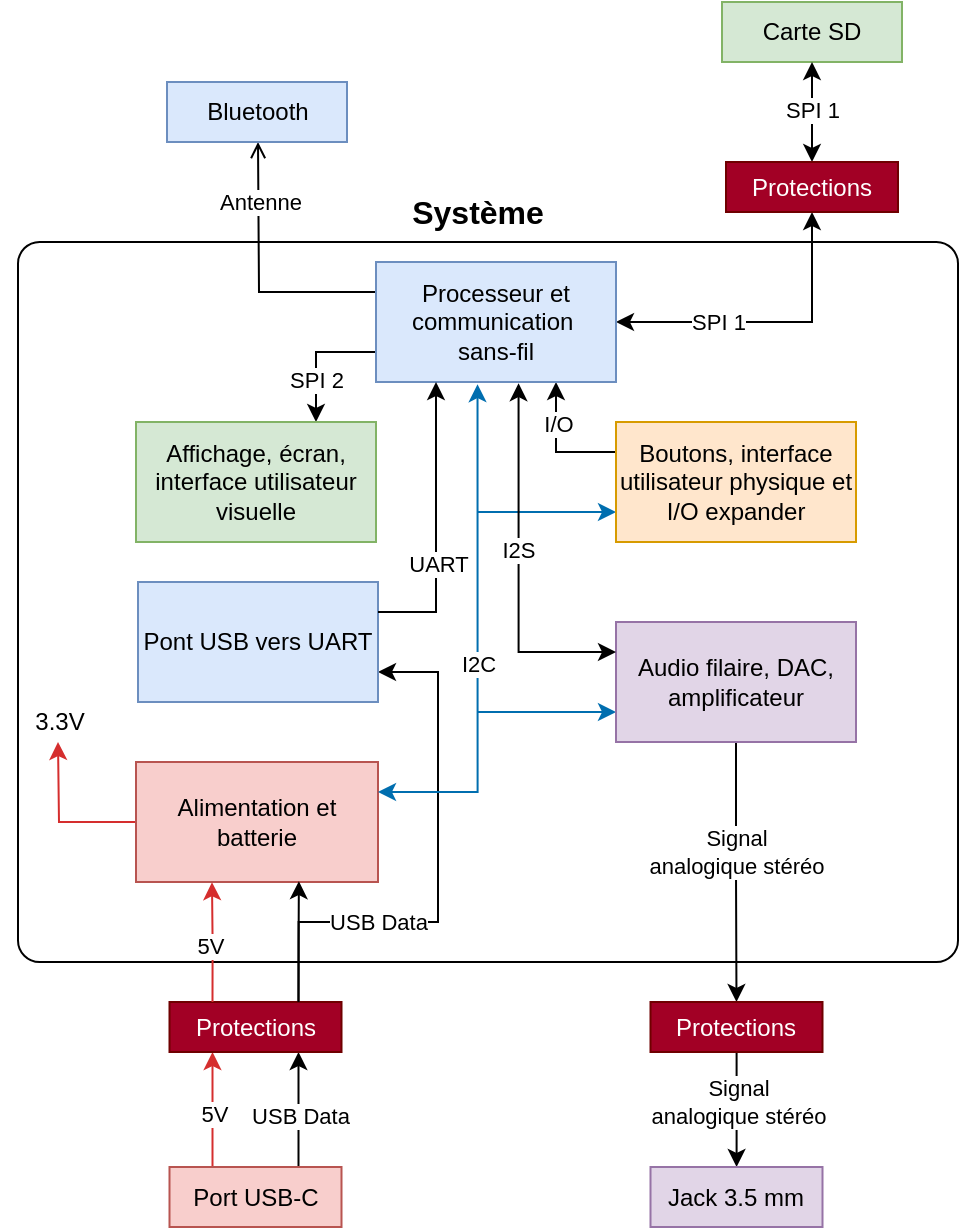
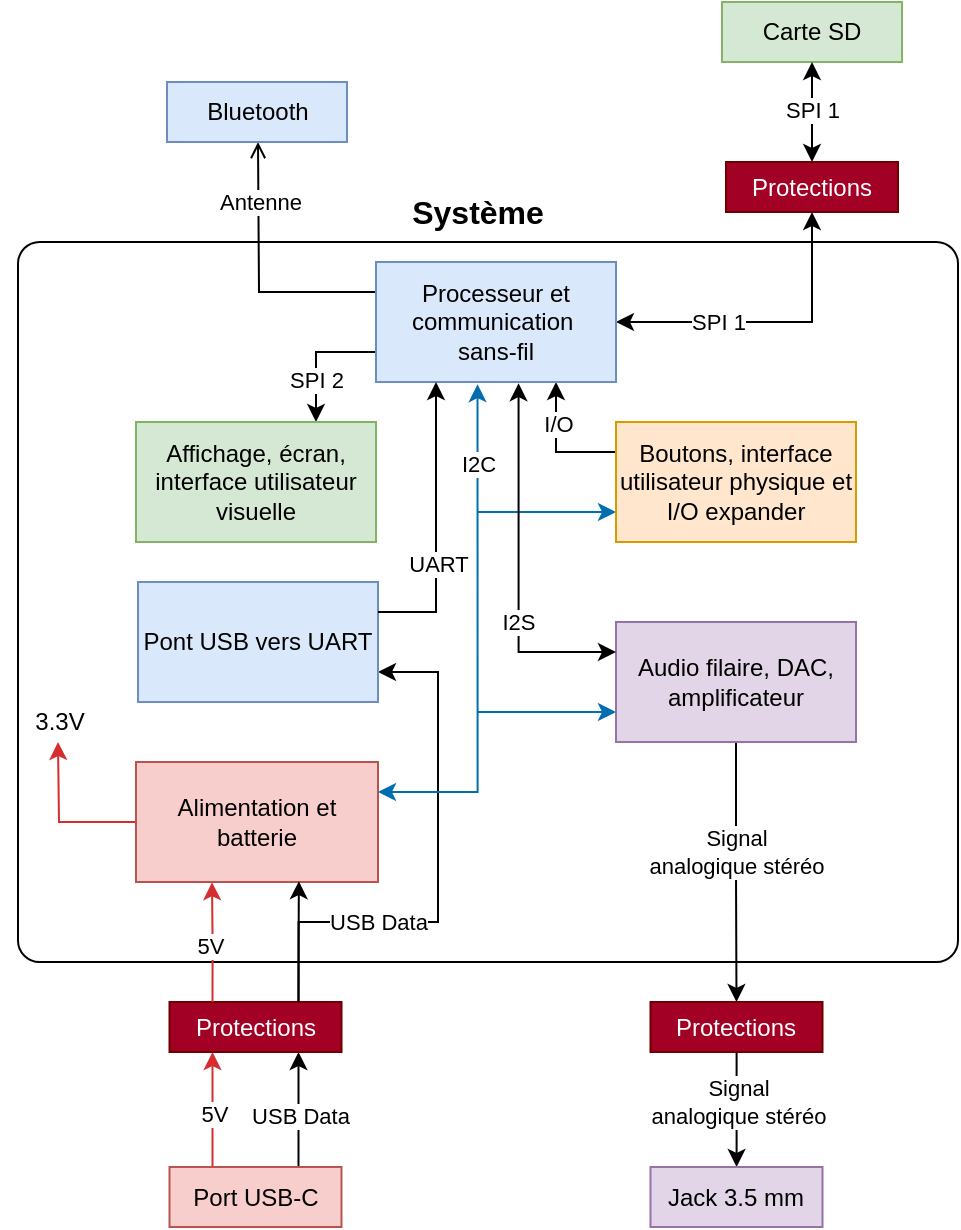
<mxfile host="app.diagrams.net" agent="Mozilla/5.0 (Windows NT 10.0; Win64; x64; rv:148.0) Gecko/20100101 Firefox/148.0">
  <diagram name="Page-1" id="Mp4qxl4u3dfNtDBe53xb">
    <mxGraphModel dx="1539" dy="701" grid="1" gridSize="10" guides="1" tooltips="1" connect="1" arrows="1" fold="1" page="1" pageScale="1" pageWidth="827" pageHeight="1169" math="0" shadow="0">
      <root>
        <mxCell id="0" />
        <mxCell id="1" parent="0" />
        <mxCell id="InfD0HFL66ZjcEA0G4re-41" parent="1" style="rounded=1;whiteSpace=wrap;html=1;arcSize=3;" value="" vertex="1">
          <mxGeometry height="360" width="470" x="183" y="340" as="geometry" />
        </mxCell>
        <mxCell id="InfD0HFL66ZjcEA0G4re-17" edge="1" parent="1" source="mWaRPkYXV2c9awh6F8o4-3" style="edgeStyle=orthogonalEdgeStyle;rounded=0;orthogonalLoop=1;jettySize=auto;html=1;exitX=0.25;exitY=0;exitDx=0;exitDy=0;entryX=0.25;entryY=1;entryDx=0;entryDy=0;strokeColor=#D52E2E;" target="mWaRPkYXV2c9awh6F8o4-29">
          <mxGeometry relative="1" as="geometry" />
        </mxCell>
        <mxCell id="InfD0HFL66ZjcEA0G4re-34" connectable="0" parent="InfD0HFL66ZjcEA0G4re-17" style="edgeLabel;html=1;align=center;verticalAlign=middle;resizable=0;points=[];" value="5V" vertex="1">
          <mxGeometry relative="1" x="-0.073" y="-3" as="geometry">
            <mxPoint x="-3" as="offset" />
          </mxGeometry>
        </mxCell>
        <mxCell id="InfD0HFL66ZjcEA0G4re-18" edge="1" parent="1" source="mWaRPkYXV2c9awh6F8o4-3" style="edgeStyle=orthogonalEdgeStyle;rounded=0;orthogonalLoop=1;jettySize=auto;html=1;exitX=0.75;exitY=0;exitDx=0;exitDy=0;entryX=0.75;entryY=1;entryDx=0;entryDy=0;strokeColor=#000000;" target="mWaRPkYXV2c9awh6F8o4-29">
          <mxGeometry relative="1" as="geometry" />
        </mxCell>
        <mxCell id="InfD0HFL66ZjcEA0G4re-36" connectable="0" parent="InfD0HFL66ZjcEA0G4re-18" style="edgeLabel;html=1;align=center;verticalAlign=middle;resizable=0;points=[];" value="&lt;div&gt;USB Data&lt;/div&gt;" vertex="1">
          <mxGeometry relative="1" x="-0.0896" as="geometry">
            <mxPoint as="offset" />
          </mxGeometry>
        </mxCell>
        <mxCell id="mWaRPkYXV2c9awh6F8o4-3" parent="1" style="rounded=0;whiteSpace=wrap;html=1;fillColor=#f8cecc;strokeColor=#b85450;" value="Port USB-C" vertex="1">
          <mxGeometry height="30" width="86" x="258.75" y="802.5" as="geometry" />
        </mxCell>
        <mxCell id="InfD0HFL66ZjcEA0G4re-30" edge="1" parent="1" source="mWaRPkYXV2c9awh6F8o4-9" style="edgeStyle=orthogonalEdgeStyle;rounded=0;orthogonalLoop=1;jettySize=auto;html=1;exitX=0;exitY=0.5;exitDx=0;exitDy=0;strokeColor=#D52E2E;">
          <mxGeometry relative="1" as="geometry">
            <mxPoint x="203" y="590" as="targetPoint" />
          </mxGeometry>
        </mxCell>
        <mxCell id="mWaRPkYXV2c9awh6F8o4-9" parent="1" style="rounded=0;whiteSpace=wrap;html=1;fillColor=#f8cecc;strokeColor=#b85450;" value="Alimentation et batterie" vertex="1">
          <mxGeometry height="60" width="121" x="242" y="600" as="geometry" />
        </mxCell>
        <mxCell id="mWaRPkYXV2c9awh6F8o4-10" edge="1" parent="1" source="mWaRPkYXV2c9awh6F8o4-17" style="edgeStyle=orthogonalEdgeStyle;rounded=0;orthogonalLoop=1;jettySize=auto;html=1;exitX=0;exitY=0.25;exitDx=0;exitDy=0;endArrow=open;endFill=0;">
          <mxGeometry relative="1" as="geometry">
            <mxPoint x="303" y="290" as="targetPoint" />
          </mxGeometry>
        </mxCell>
        <mxCell id="mWaRPkYXV2c9awh6F8o4-11" connectable="0" parent="mWaRPkYXV2c9awh6F8o4-10" style="edgeLabel;html=1;align=center;verticalAlign=middle;resizable=0;points=[];" value="&lt;div&gt;Antenne&lt;/div&gt;" vertex="1">
          <mxGeometry relative="1" x="0.3241" y="1" as="geometry">
            <mxPoint x="1" y="-15" as="offset" />
          </mxGeometry>
        </mxCell>
        <mxCell id="mWaRPkYXV2c9awh6F8o4-14" edge="1" parent="1" source="mWaRPkYXV2c9awh6F8o4-17" style="edgeStyle=orthogonalEdgeStyle;rounded=0;orthogonalLoop=1;jettySize=auto;html=1;exitX=0.75;exitY=1;exitDx=0;exitDy=0;entryX=0;entryY=0.25;entryDx=0;entryDy=0;startArrow=classic;startFill=1;endArrow=none;endFill=0;" target="mWaRPkYXV2c9awh6F8o4-19">
          <mxGeometry relative="1" as="geometry" />
        </mxCell>
        <mxCell id="InfD0HFL66ZjcEA0G4re-4" connectable="0" parent="mWaRPkYXV2c9awh6F8o4-14" style="edgeLabel;html=1;align=center;verticalAlign=middle;resizable=0;points=[];" value="I/O" vertex="1">
          <mxGeometry relative="1" x="-0.3549" y="1" as="geometry">
            <mxPoint as="offset" />
          </mxGeometry>
        </mxCell>
        <mxCell id="mWaRPkYXV2c9awh6F8o4-16" edge="1" parent="1" source="mWaRPkYXV2c9awh6F8o4-17" style="edgeStyle=orthogonalEdgeStyle;rounded=0;orthogonalLoop=1;jettySize=auto;html=1;exitX=1;exitY=0.5;exitDx=0;exitDy=0;entryX=0.5;entryY=1;entryDx=0;entryDy=0;strokeColor=#000000;startArrow=classic;startFill=1;" target="mWaRPkYXV2c9awh6F8o4-31">
          <mxGeometry relative="1" as="geometry" />
        </mxCell>
        <mxCell id="InfD0HFL66ZjcEA0G4re-1" connectable="0" parent="mWaRPkYXV2c9awh6F8o4-16" style="edgeLabel;html=1;align=center;verticalAlign=middle;resizable=0;points=[];" value="SPI 1" vertex="1">
          <mxGeometry relative="1" x="0.3219" y="2" as="geometry">
            <mxPoint x="-45" y="3" as="offset" />
          </mxGeometry>
        </mxCell>
        <mxCell id="InfD0HFL66ZjcEA0G4re-27" edge="1" parent="1" source="mWaRPkYXV2c9awh6F8o4-17" style="edgeStyle=orthogonalEdgeStyle;rounded=0;orthogonalLoop=1;jettySize=auto;html=1;exitX=0;exitY=0.75;exitDx=0;exitDy=0;entryX=0.75;entryY=0;entryDx=0;entryDy=0;" target="mWaRPkYXV2c9awh6F8o4-18">
          <mxGeometry relative="1" as="geometry" />
        </mxCell>
        <mxCell id="InfD0HFL66ZjcEA0G4re-28" connectable="0" parent="InfD0HFL66ZjcEA0G4re-27" style="edgeLabel;html=1;align=center;verticalAlign=middle;resizable=0;points=[];" value="SPI 2" vertex="1">
          <mxGeometry relative="1" x="0.3448" as="geometry">
            <mxPoint as="offset" />
          </mxGeometry>
        </mxCell>
        <mxCell id="mWaRPkYXV2c9awh6F8o4-17" parent="1" style="rounded=0;whiteSpace=wrap;html=1;fillColor=#dae8fc;strokeColor=#6c8ebf;" value="&lt;div&gt;Processeur et communication&amp;nbsp;&lt;/div&gt;&lt;div&gt;sans-fil&lt;/div&gt;" vertex="1">
          <mxGeometry height="60" width="120" x="362" y="350" as="geometry" />
        </mxCell>
        <mxCell id="mWaRPkYXV2c9awh6F8o4-18" parent="1" style="rounded=0;whiteSpace=wrap;html=1;fillColor=#d5e8d4;strokeColor=#82b366;" value="Affichage, écran, interface utilisateur visuelle" vertex="1">
          <mxGeometry height="60" width="120" x="242" y="430" as="geometry" />
        </mxCell>
        <mxCell id="zYMX3MGjl0S8vz_TeQ27-9" edge="1" parent="1" source="mWaRPkYXV2c9awh6F8o4-19" style="edgeStyle=orthogonalEdgeStyle;rounded=0;orthogonalLoop=1;jettySize=auto;html=1;exitX=0;exitY=0.75;exitDx=0;exitDy=0;startArrow=classic;startFill=1;endArrow=none;endFill=0;fillColor=#1ba1e2;strokeColor=#006EAF;">
          <mxGeometry relative="1" as="geometry">
            <mxPoint x="413" y="475" as="targetPoint" />
          </mxGeometry>
        </mxCell>
        <mxCell id="mWaRPkYXV2c9awh6F8o4-19" parent="1" style="rounded=0;whiteSpace=wrap;html=1;fillColor=#ffe6cc;strokeColor=#d79b00;" value="Boutons, interface utilisateur physique et I/O expander" vertex="1">
          <mxGeometry height="60" width="120" x="482" y="430" as="geometry" />
        </mxCell>
        <mxCell id="InfD0HFL66ZjcEA0G4re-32" edge="1" parent="1" source="mWaRPkYXV2c9awh6F8o4-22" style="edgeStyle=orthogonalEdgeStyle;rounded=0;orthogonalLoop=1;jettySize=auto;html=1;exitX=0.5;exitY=1;exitDx=0;exitDy=0;entryX=0.5;entryY=0;entryDx=0;entryDy=0;" target="mWaRPkYXV2c9awh6F8o4-33">
          <mxGeometry relative="1" as="geometry" />
        </mxCell>
        <mxCell id="InfD0HFL66ZjcEA0G4re-33" connectable="0" parent="InfD0HFL66ZjcEA0G4re-32" style="edgeLabel;html=1;align=center;verticalAlign=middle;resizable=0;points=[];" value="&lt;div&gt;Signal&lt;/div&gt;&lt;div&gt;analogique stéréo&lt;/div&gt;" vertex="1">
          <mxGeometry relative="1" x="-0.0581" as="geometry">
            <mxPoint y="-7" as="offset" />
          </mxGeometry>
        </mxCell>
        <mxCell id="zYMX3MGjl0S8vz_TeQ27-4" edge="1" parent="1" source="mWaRPkYXV2c9awh6F8o4-22" style="edgeStyle=orthogonalEdgeStyle;rounded=0;orthogonalLoop=1;jettySize=auto;html=1;exitX=0;exitY=0.75;exitDx=0;exitDy=0;endArrow=none;endFill=0;startArrow=classic;startFill=1;fillColor=#1ba1e2;strokeColor=#006EAF;">
          <mxGeometry relative="1" as="geometry">
            <mxPoint x="413" y="575" as="targetPoint" />
          </mxGeometry>
        </mxCell>
        <mxCell id="mWaRPkYXV2c9awh6F8o4-22" parent="1" style="rounded=0;whiteSpace=wrap;html=1;fillColor=#e1d5e7;strokeColor=#9673a6;" value="Audio filaire, DAC, amplificateur" vertex="1">
          <mxGeometry height="60" width="120" x="482" y="530" as="geometry" />
        </mxCell>
        <mxCell id="mWaRPkYXV2c9awh6F8o4-23" parent="1" style="rounded=0;whiteSpace=wrap;html=1;fillColor=#d5e8d4;strokeColor=#82b366;" value="Carte SD" vertex="1">
          <mxGeometry height="30" width="90" x="535" y="220" as="geometry" />
        </mxCell>
        <mxCell id="InfD0HFL66ZjcEA0G4re-22" edge="1" parent="1" source="mWaRPkYXV2c9awh6F8o4-29" style="edgeStyle=orthogonalEdgeStyle;rounded=0;orthogonalLoop=1;jettySize=auto;html=1;exitX=0.75;exitY=0;exitDx=0;exitDy=0;entryX=1;entryY=0.75;entryDx=0;entryDy=0;strokeColor=#000000;" target="InfD0HFL66ZjcEA0G4re-16">
          <mxGeometry relative="1" as="geometry">
            <Array as="points">
              <mxPoint x="323" y="680" />
              <mxPoint x="393" y="680" />
              <mxPoint x="393" y="555" />
            </Array>
          </mxGeometry>
        </mxCell>
        <mxCell id="InfD0HFL66ZjcEA0G4re-37" connectable="0" parent="InfD0HFL66ZjcEA0G4re-22" style="edgeLabel;html=1;align=center;verticalAlign=middle;resizable=0;points=[];" value="&lt;div&gt;USB Data&lt;/div&gt;" vertex="1">
          <mxGeometry relative="1" x="-0.0447" y="-1" as="geometry">
            <mxPoint x="-31" y="17" as="offset" />
          </mxGeometry>
        </mxCell>
        <mxCell id="mWaRPkYXV2c9awh6F8o4-29" parent="1" style="rounded=0;whiteSpace=wrap;html=1;fillColor=#a20025;fontColor=#ffffff;strokeColor=#6F0000;" value="Protections" vertex="1">
          <mxGeometry height="25" width="86" x="258.75" y="720" as="geometry" />
        </mxCell>
        <mxCell id="InfD0HFL66ZjcEA0G4re-42" edge="1" parent="1" source="mWaRPkYXV2c9awh6F8o4-31" style="edgeStyle=orthogonalEdgeStyle;rounded=0;orthogonalLoop=1;jettySize=auto;html=1;startArrow=classic;startFill=1;" target="mWaRPkYXV2c9awh6F8o4-23" value="">
          <mxGeometry relative="1" as="geometry" />
        </mxCell>
        <mxCell id="InfD0HFL66ZjcEA0G4re-43" connectable="0" parent="InfD0HFL66ZjcEA0G4re-42" style="edgeLabel;html=1;align=center;verticalAlign=middle;resizable=0;points=[];" value="SPI 1" vertex="1">
          <mxGeometry relative="1" x="0.4232" y="1" as="geometry">
            <mxPoint x="1" y="9" as="offset" />
          </mxGeometry>
        </mxCell>
        <mxCell id="mWaRPkYXV2c9awh6F8o4-31" parent="1" style="rounded=0;whiteSpace=wrap;html=1;fillColor=#a20025;fontColor=#ffffff;strokeColor=#6F0000;" value="Protections" vertex="1">
          <mxGeometry height="25" width="86" x="537" y="300" as="geometry" />
        </mxCell>
        <mxCell id="mWaRPkYXV2c9awh6F8o4-32" edge="1" parent="1" source="mWaRPkYXV2c9awh6F8o4-33" style="edgeStyle=orthogonalEdgeStyle;rounded=0;orthogonalLoop=1;jettySize=auto;html=1;fillColor=#d80073;strokeColor=#000000;" target="mWaRPkYXV2c9awh6F8o4-34" value="">
          <mxGeometry relative="1" as="geometry">
            <Array as="points">
              <mxPoint x="542.25" y="752.5" />
              <mxPoint x="542.25" y="752.5" />
            </Array>
          </mxGeometry>
        </mxCell>
        <mxCell id="InfD0HFL66ZjcEA0G4re-8" connectable="0" parent="mWaRPkYXV2c9awh6F8o4-32" style="edgeLabel;html=1;align=center;verticalAlign=middle;resizable=0;points=[];" value="&lt;div&gt;Signal&lt;/div&gt;&lt;div&gt;analogique stéréo&lt;/div&gt;" vertex="1">
          <mxGeometry relative="1" x="-0.1361" as="geometry">
            <mxPoint as="offset" />
          </mxGeometry>
        </mxCell>
        <mxCell id="mWaRPkYXV2c9awh6F8o4-33" parent="1" style="rounded=0;whiteSpace=wrap;html=1;fillColor=#a20025;fontColor=#ffffff;strokeColor=#6F0000;rotation=0;" value="Protections" vertex="1">
          <mxGeometry height="25" width="86" x="499.25" y="720" as="geometry" />
        </mxCell>
        <mxCell id="mWaRPkYXV2c9awh6F8o4-34" parent="1" style="rounded=0;whiteSpace=wrap;html=1;fillColor=#e1d5e7;strokeColor=#9673a6;" value="Jack 3.5 mm" vertex="1">
          <mxGeometry height="30" width="86" x="499.25" y="802.5" as="geometry" />
        </mxCell>
        <mxCell id="InfD0HFL66ZjcEA0G4re-16" parent="1" style="rounded=0;whiteSpace=wrap;html=1;fillColor=#dae8fc;strokeColor=#6c8ebf;" value="&lt;div&gt;Pont USB vers UART&lt;/div&gt;" vertex="1">
          <mxGeometry height="60" width="120" x="243" y="510" as="geometry" />
        </mxCell>
        <mxCell id="InfD0HFL66ZjcEA0G4re-20" edge="1" parent="1" source="mWaRPkYXV2c9awh6F8o4-29" style="edgeStyle=orthogonalEdgeStyle;rounded=0;orthogonalLoop=1;jettySize=auto;html=1;exitX=0.25;exitY=0;exitDx=0;exitDy=0;entryX=0.314;entryY=1.002;entryDx=0;entryDy=0;entryPerimeter=0;strokeColor=#D52E2E;" target="mWaRPkYXV2c9awh6F8o4-9">
          <mxGeometry relative="1" as="geometry" />
        </mxCell>
        <mxCell id="InfD0HFL66ZjcEA0G4re-35" connectable="0" parent="InfD0HFL66ZjcEA0G4re-20" style="edgeLabel;html=1;align=center;verticalAlign=middle;resizable=0;points=[];" value="5V" vertex="1">
          <mxGeometry relative="1" x="-0.0698" y="2" as="geometry">
            <mxPoint as="offset" />
          </mxGeometry>
        </mxCell>
        <mxCell id="InfD0HFL66ZjcEA0G4re-23" edge="1" parent="1" source="InfD0HFL66ZjcEA0G4re-16" style="edgeStyle=orthogonalEdgeStyle;rounded=0;orthogonalLoop=1;jettySize=auto;html=1;exitX=1;exitY=0.25;exitDx=0;exitDy=0;entryX=0.25;entryY=1;entryDx=0;entryDy=0;fillColor=#dae8fc;strokeColor=#000000;" target="mWaRPkYXV2c9awh6F8o4-17">
          <mxGeometry relative="1" as="geometry">
            <mxPoint x="403" y="411" as="targetPoint" />
          </mxGeometry>
        </mxCell>
        <mxCell id="InfD0HFL66ZjcEA0G4re-38" connectable="0" parent="InfD0HFL66ZjcEA0G4re-23" style="edgeLabel;html=1;align=center;verticalAlign=middle;resizable=0;points=[];" value="UART" vertex="1">
          <mxGeometry relative="1" x="-0.3114" as="geometry">
            <mxPoint x="1" y="-4" as="offset" />
          </mxGeometry>
        </mxCell>
        <mxCell id="InfD0HFL66ZjcEA0G4re-24" edge="1" parent="1" source="mWaRPkYXV2c9awh6F8o4-22" style="edgeStyle=orthogonalEdgeStyle;rounded=0;orthogonalLoop=1;jettySize=auto;html=1;exitX=0;exitY=0.25;exitDx=0;exitDy=0;entryX=0.594;entryY=1.01;entryDx=0;entryDy=0;entryPerimeter=0;startArrow=classic;startFill=1;strokeColor=#000000;" target="mWaRPkYXV2c9awh6F8o4-17">
          <mxGeometry relative="1" as="geometry" />
        </mxCell>
        <mxCell id="InfD0HFL66ZjcEA0G4re-40" connectable="0" parent="InfD0HFL66ZjcEA0G4re-24" style="edgeLabel;html=1;align=center;verticalAlign=middle;resizable=0;points=[];" value="I2S" vertex="1">
          <mxGeometry relative="1" x="0.024" y="1" as="geometry">
-             <mxPoint y="-6" as="offset" />
+             <mxPoint y="30" as="offset" />
          </mxGeometry>
        </mxCell>
        <mxCell id="InfD0HFL66ZjcEA0G4re-29" edge="1" parent="1" source="mWaRPkYXV2c9awh6F8o4-9" style="edgeStyle=orthogonalEdgeStyle;rounded=0;orthogonalLoop=1;jettySize=auto;html=1;exitX=1;exitY=0.25;exitDx=0;exitDy=0;entryX=0.423;entryY=1.018;entryDx=0;entryDy=0;entryPerimeter=0;strokeColor=#006EAF;startArrow=classic;startFill=1;fillColor=#1ba1e2;" target="mWaRPkYXV2c9awh6F8o4-17">
          <mxGeometry relative="1" as="geometry" />
        </mxCell>
        <mxCell id="InfD0HFL66ZjcEA0G4re-39" connectable="0" parent="InfD0HFL66ZjcEA0G4re-29" style="edgeLabel;html=1;align=center;verticalAlign=middle;resizable=0;points=[];" value="I2C" vertex="1">
          <mxGeometry relative="1" x="-0.3645" y="-2" as="geometry">
-             <mxPoint x="-2" y="-34" as="offset" />
+             <mxPoint x="-2" y="-134" as="offset" />
          </mxGeometry>
        </mxCell>
        <mxCell id="InfD0HFL66ZjcEA0G4re-31" parent="1" style="text;html=1;whiteSpace=wrap;strokeColor=none;fillColor=none;align=center;verticalAlign=middle;rounded=0;" value="3.3V" vertex="1">
          <mxGeometry height="30" width="60" x="174" y="565" as="geometry" />
        </mxCell>
        <mxCell id="1Toc3cIqXZPEAH0HjKzK-1" parent="1" style="text;html=1;whiteSpace=wrap;strokeColor=none;fillColor=none;align=center;verticalAlign=middle;rounded=0;fontStyle=1;fontSize=16;" value="Système" vertex="1">
          <mxGeometry height="30" width="60" x="383" y="310" as="geometry" />
        </mxCell>
        <mxCell id="zYMX3MGjl0S8vz_TeQ27-10" edge="1" parent="1" source="mWaRPkYXV2c9awh6F8o4-29" style="edgeStyle=orthogonalEdgeStyle;rounded=0;orthogonalLoop=1;jettySize=auto;html=1;exitX=0.75;exitY=0;exitDx=0;exitDy=0;entryX=0.673;entryY=0.993;entryDx=0;entryDy=0;entryPerimeter=0;" target="mWaRPkYXV2c9awh6F8o4-9">
          <mxGeometry relative="1" as="geometry" />
        </mxCell>
        <mxCell id="zYMX3MGjl0S8vz_TeQ27-12" parent="1" style="rounded=0;whiteSpace=wrap;html=1;fillColor=#dae8fc;strokeColor=#6c8ebf;" value="Bluetooth" vertex="1">
          <mxGeometry height="30" width="90" x="257.5" y="260" as="geometry" />
        </mxCell>
      </root>
    </mxGraphModel>
  </diagram>
</mxfile>
